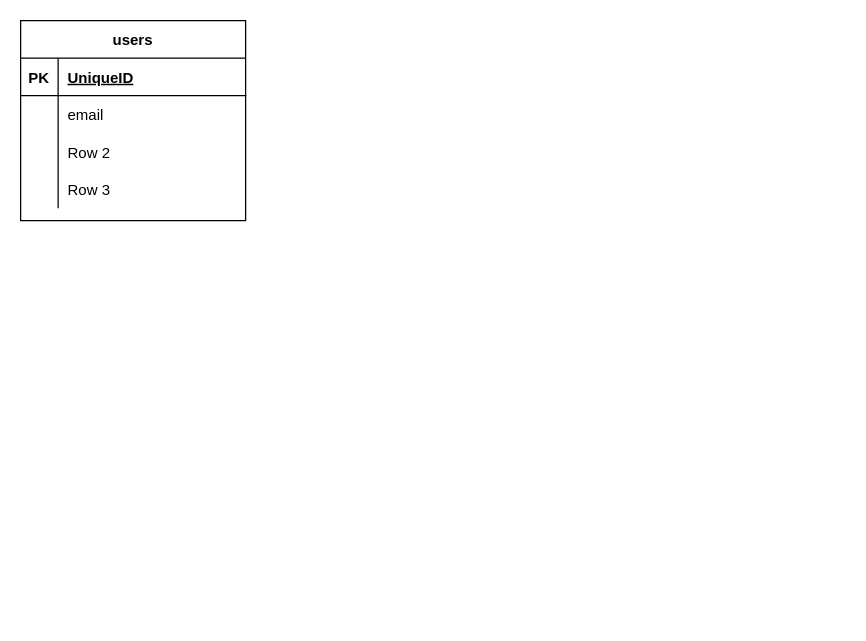
Before: table_er.dio in yamaken227/bestspot, a draw.io diagram. Source tidied: cells renumbered, new cells numbered last; positions are measured from the earlier drawing's top-left corner, leaving out a move shared by most shapes. Both pictures are drawn from the tidied source at 125%, with x=0, y=0 at pixel (20, 20).
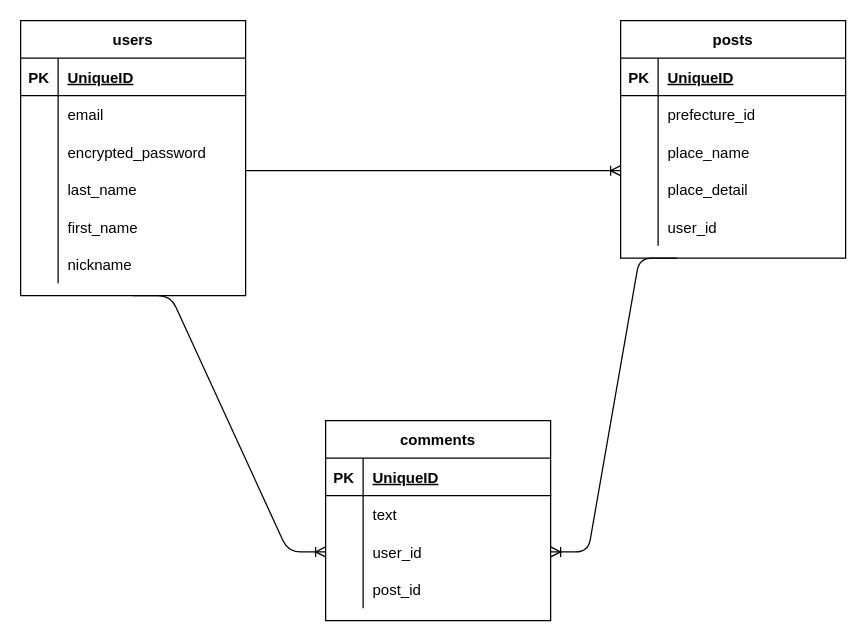
After the change.

Commit message (it also covers changes not shown here):
テーブル設計

The change refers to these unchanged cells:
```xml
<mxCell id="9" style="shape=partialRectangle;fillColor=none;top=0;left=0;bottom=0;right=0;" parent="2" vertex="1">
  <mxGeometry y="90" width="180" height="30" as="geometry" />
</mxCell>
<mxCell id="12" style="shape=partialRectangle;fillColor=none;top=0;left=0;bottom=0;right=0;" parent="2" vertex="1">
  <mxGeometry y="120" width="180" height="30" as="geometry" />
</mxCell>
```

Diff of the diagram source:
```diff
@@
     <mxCell id="2" value="users" style="shape=table;startSize=30;childLayout=tableLayout;rowLines=0;fontStyle=1;align=center;" parent="1" vertex="1">
-      <mxGeometry width="180" height="160" as="geometry" />
+      <mxGeometry width="180" height="220" as="geometry" />
     </mxCell>
@@
-    <mxCell id="11" value="Row 2" style="shape=partialRectangle;fillColor=none;top=0;left=0;bottom=0;right=0;align=left;spacingLeft=6;overflow=hidden;" parent="9" vertex="1">
+    <mxCell id="11" value="encrypted_password" style="shape=partialRectangle;fillColor=none;top=0;left=0;bottom=0;right=0;align=left;spacingLeft=6;overflow=hidden;" parent="9" vertex="1">
       <mxGeometry x="30" width="150" height="30" as="geometry" />
     </mxCell>
@@
-    <mxCell id="14" value="Row 3" style="shape=partialRectangle;fillColor=none;top=0;left=0;bottom=0;right=0;align=left;spacingLeft=6;overflow=hidden;" parent="12" vertex="1">
+    <mxCell id="14" value="last_name" style="shape=partialRectangle;fillColor=none;top=0;left=0;bottom=0;right=0;align=left;spacingLeft=6;overflow=hidden;" parent="12" vertex="1">
       <mxGeometry x="30" width="150" height="30" as="geometry" />
     </mxCell>
+    <mxCell id="15" style="shape=partialRectangle;fillColor=none;top=0;left=0;bottom=0;right=0;" parent="2" vertex="1">
+      <mxGeometry y="150" width="180" height="30" as="geometry" />
+    </mxCell>
+    <mxCell id="16" style="shape=partialRectangle;fillColor=none;top=0;left=0;bottom=0;right=0;overflow=hidden;" parent="15" vertex="1">
+      <mxGeometry width="30" height="30" as="geometry" />
+    </mxCell>
+    <mxCell id="17" value="first_name" style="shape=partialRectangle;fillColor=none;top=0;left=0;bottom=0;right=0;align=left;spacingLeft=6;overflow=hidden;" parent="15" vertex="1">
+      <mxGeometry x="30" width="150" height="30" as="geometry" />
+    </mxCell>
+    <mxCell id="18" style="shape=partialRectangle;fillColor=none;top=0;left=0;bottom=0;right=0;" parent="2" vertex="1">
+      <mxGeometry y="180" width="180" height="30" as="geometry" />
+    </mxCell>
+    <mxCell id="19" style="shape=partialRectangle;fillColor=none;top=0;left=0;bottom=0;right=0;overflow=hidden;" parent="18" vertex="1">
+      <mxGeometry width="30" height="30" as="geometry" />
+    </mxCell>
+    <mxCell id="20" value="nickname" style="shape=partialRectangle;fillColor=none;top=0;left=0;bottom=0;right=0;align=left;spacingLeft=6;overflow=hidden;" parent="18" vertex="1">
+      <mxGeometry x="30" width="150" height="30" as="geometry" />
+    </mxCell>
+    <mxCell id="21" value="posts" style="shape=table;startSize=30;childLayout=tableLayout;rowLines=0;fontStyle=1;align=center;" parent="1" vertex="1">
+      <mxGeometry x="480" width="180" height="190" as="geometry" />
+    </mxCell>
+    <mxCell id="22" style="shape=partialRectangle;fillColor=none;top=0;left=0;bottom=1;right=0;" parent="21" vertex="1">
+      <mxGeometry y="30" width="180" height="30" as="geometry" />
+    </mxCell>
+    <mxCell id="23" value="PK" style="shape=partialRectangle;fillColor=none;top=0;left=0;bottom=0;right=0;fontStyle=1;overflow=hidden;" parent="22" vertex="1">
+      <mxGeometry width="30" height="30" as="geometry" />
+    </mxCell>
+    <mxCell id="24" value="UniqueID" style="shape=partialRectangle;fillColor=none;top=0;left=0;bottom=0;right=0;align=left;spacingLeft=6;fontStyle=5;overflow=hidden;" parent="22" vertex="1">
+      <mxGeometry x="30" width="150" height="30" as="geometry" />
+    </mxCell>
+    <mxCell id="25" style="shape=partialRectangle;fillColor=none;top=0;left=0;bottom=0;right=0;" parent="21" vertex="1">
+      <mxGeometry y="60" width="180" height="30" as="geometry" />
+    </mxCell>
+    <mxCell id="26" style="shape=partialRectangle;fillColor=none;top=0;left=0;bottom=0;right=0;overflow=hidden;" parent="25" vertex="1">
+      <mxGeometry width="30" height="30" as="geometry" />
+    </mxCell>
+    <mxCell id="27" value="prefecture_id" style="shape=partialRectangle;fillColor=none;top=0;left=0;bottom=0;right=0;align=left;spacingLeft=6;overflow=hidden;" parent="25" vertex="1">
+      <mxGeometry x="30" width="150" height="30" as="geometry" />
+    </mxCell>
+    <mxCell id="28" style="shape=partialRectangle;fillColor=none;top=0;left=0;bottom=0;right=0;" parent="21" vertex="1">
+      <mxGeometry y="90" width="180" height="30" as="geometry" />
+    </mxCell>
+    <mxCell id="29" style="shape=partialRectangle;fillColor=none;top=0;left=0;bottom=0;right=0;overflow=hidden;" parent="28" vertex="1">
+      <mxGeometry width="30" height="30" as="geometry" />
+    </mxCell>
+    <mxCell id="30" value="place_name" style="shape=partialRectangle;fillColor=none;top=0;left=0;bottom=0;right=0;align=left;spacingLeft=6;overflow=hidden;" parent="28" vertex="1">
+      <mxGeometry x="30" width="150" height="30" as="geometry" />
+    </mxCell>
+    <mxCell id="31" style="shape=partialRectangle;fillColor=none;top=0;left=0;bottom=0;right=0;points=[[0,0.5],[1,0.5]];portConstraint=eastwest;" parent="21" vertex="1">
+      <mxGeometry y="120" width="180" height="30" as="geometry" />
+    </mxCell>
+    <mxCell id="32" style="shape=partialRectangle;fillColor=none;top=0;left=0;bottom=0;right=0;overflow=hidden;" parent="31" vertex="1">
+      <mxGeometry width="30" height="30" as="geometry" />
+    </mxCell>
+    <mxCell id="33" value="place_detail" style="shape=partialRectangle;fillColor=none;top=0;left=0;bottom=0;right=0;align=left;spacingLeft=6;overflow=hidden;" parent="31" vertex="1">
+      <mxGeometry x="30" width="150" height="30" as="geometry" />
+    </mxCell>
+    <mxCell id="34" style="shape=partialRectangle;fillColor=none;top=0;left=0;bottom=0;right=0;" parent="21" vertex="1">
+      <mxGeometry y="150" width="180" height="30" as="geometry" />
+    </mxCell>
+    <mxCell id="35" style="shape=partialRectangle;fillColor=none;top=0;left=0;bottom=0;right=0;overflow=hidden;" parent="34" vertex="1">
+      <mxGeometry width="30" height="30" as="geometry" />
+    </mxCell>
+    <mxCell id="36" value="user_id" style="shape=partialRectangle;fillColor=none;top=0;left=0;bottom=0;right=0;align=left;spacingLeft=6;overflow=hidden;" parent="34" vertex="1">
+      <mxGeometry x="30" width="150" height="30" as="geometry" />
+    </mxCell>
+    <mxCell id="37" style="edgeStyle=entityRelationEdgeStyle;fontSize=12;html=1;endArrow=ERoneToMany;entryX=0;entryY=0;entryDx=0;entryDy=0;entryPerimeter=0;" parent="1" edge="1" target="31">
+      <mxGeometry relative="1" as="geometry">
+        <mxPoint x="180" y="120" as="sourcePoint" />
+      </mxGeometry>
+    </mxCell>
+    <mxCell id="38" value="comments" style="shape=table;startSize=30;childLayout=tableLayout;rowLines=0;fontStyle=1;align=center;" parent="1" vertex="1">
+      <mxGeometry x="244" y="320" width="180" height="160" as="geometry" />
+    </mxCell>
+    <mxCell id="39" style="shape=partialRectangle;fillColor=none;top=0;left=0;bottom=1;right=0;" parent="38" vertex="1">
+      <mxGeometry y="30" width="180" height="30" as="geometry" />
+    </mxCell>
+    <mxCell id="40" value="PK" style="shape=partialRectangle;fillColor=none;top=0;left=0;bottom=0;right=0;fontStyle=1;overflow=hidden;" parent="39" vertex="1">
+      <mxGeometry width="30" height="30" as="geometry" />
+    </mxCell>
+    <mxCell id="41" value="UniqueID" style="shape=partialRectangle;fillColor=none;top=0;left=0;bottom=0;right=0;align=left;spacingLeft=6;fontStyle=5;overflow=hidden;" parent="39" vertex="1">
+      <mxGeometry x="30" width="150" height="30" as="geometry" />
+    </mxCell>
+    <mxCell id="42" style="shape=partialRectangle;fillColor=none;top=0;left=0;bottom=0;right=0;" parent="38" vertex="1">
+      <mxGeometry y="60" width="180" height="30" as="geometry" />
+    </mxCell>
+    <mxCell id="43" style="shape=partialRectangle;fillColor=none;top=0;left=0;bottom=0;right=0;overflow=hidden;" parent="42" vertex="1">
+      <mxGeometry width="30" height="30" as="geometry" />
+    </mxCell>
+    <mxCell id="44" value="text" style="shape=partialRectangle;fillColor=none;top=0;left=0;bottom=0;right=0;align=left;spacingLeft=6;overflow=hidden;" parent="42" vertex="1">
+      <mxGeometry x="30" width="150" height="30" as="geometry" />
+    </mxCell>
+    <mxCell id="45" style="shape=partialRectangle;fillColor=none;top=0;left=0;bottom=0;right=0;points=[[0,0.5],[1,0.5]];portConstraint=eastwest;" parent="38" vertex="1">
+      <mxGeometry y="90" width="180" height="30" as="geometry" />
+    </mxCell>
+    <mxCell id="46" style="shape=partialRectangle;fillColor=none;top=0;left=0;bottom=0;right=0;overflow=hidden;" parent="45" vertex="1">
+      <mxGeometry width="30" height="30" as="geometry" />
+    </mxCell>
+    <mxCell id="47" value="user_id" style="shape=partialRectangle;fillColor=none;top=0;left=0;bottom=0;right=0;align=left;spacingLeft=6;overflow=hidden;" parent="45" vertex="1">
+      <mxGeometry x="30" width="150" height="30" as="geometry" />
+    </mxCell>
+    <mxCell id="48" style="shape=partialRectangle;fillColor=none;top=0;left=0;bottom=0;right=0;" parent="38" vertex="1">
+      <mxGeometry y="120" width="180" height="30" as="geometry" />
+    </mxCell>
+    <mxCell id="49" style="shape=partialRectangle;fillColor=none;top=0;left=0;bottom=0;right=0;overflow=hidden;" parent="48" vertex="1">
+      <mxGeometry width="30" height="30" as="geometry" />
+    </mxCell>
+    <mxCell id="50" value="post_id" style="shape=partialRectangle;fillColor=none;top=0;left=0;bottom=0;right=0;align=left;spacingLeft=6;overflow=hidden;" parent="48" vertex="1">
+      <mxGeometry x="30" width="150" height="30" as="geometry" />
+    </mxCell>
+    <mxCell id="51" style="edgeStyle=entityRelationEdgeStyle;fontSize=12;html=1;endArrow=ERoneToMany;exitX=0.5;exitY=1;exitDx=0;exitDy=0;entryX=0;entryY=0.5;entryDx=0;entryDy=0;" parent="1" edge="1" source="2" target="45">
+      <mxGeometry relative="1" as="geometry" />
+    </mxCell>
+    <mxCell id="52" style="edgeStyle=entityRelationEdgeStyle;fontSize=12;html=1;endArrow=ERoneToMany;entryX=1;entryY=0.5;entryDx=0;entryDy=0;exitX=0.25;exitY=1;exitDx=0;exitDy=0;" parent="1" edge="1" source="21" target="45">
+      <mxGeometry relative="1" as="geometry" />
+    </mxCell>
```
